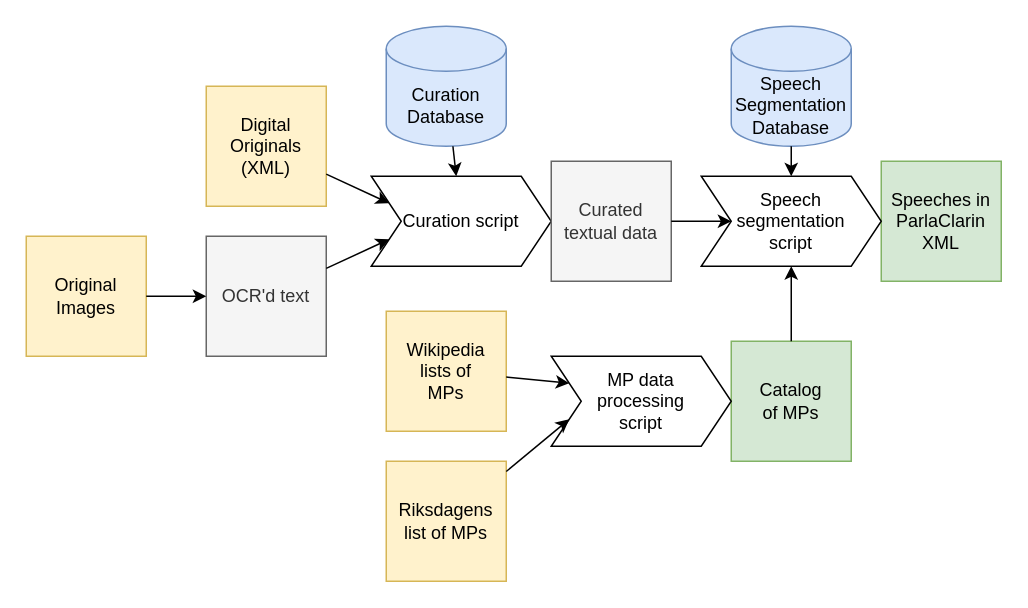
The draw.io diagram data-process.drawio in welfare-state-analytics/riksdagen-corpus-old, before the edit. Source tidied: cells renumbered, new cells numbered last; positions are measured from the earlier drawing's top-left corner, leaving out a move shared by most shapes. Both pictures are drawn from the tidied source at 150%, with x=0, y=0 at pixel (26, 26).
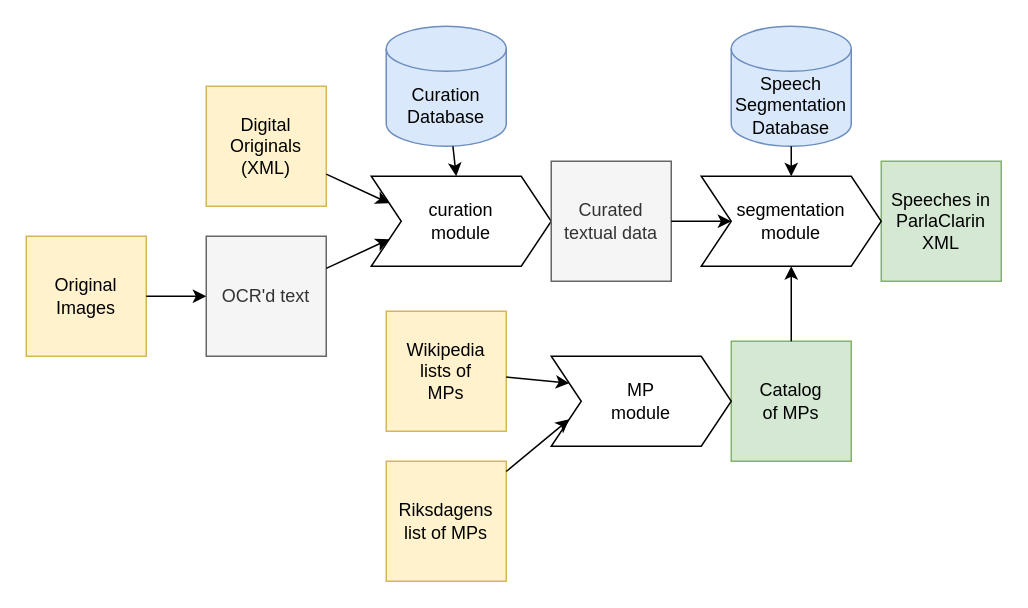
Above is the later version.

The edit, as a diff of the source:
```diff
@@
-    <mxCell id="9" value="Curation script" style="shape=step;perimeter=stepPerimeter;whiteSpace=wrap;html=1;fixedSize=1;" parent="1" vertex="1">
+    <mxCell id="9" value="&lt;div&gt;curation&lt;/div&gt;&lt;div&gt;module&lt;/div&gt;" style="shape=step;perimeter=stepPerimeter;whiteSpace=wrap;html=1;fixedSize=1;" parent="1" vertex="1">
       <mxGeometry x="230" y="100" width="120" height="60" as="geometry" />
     </mxCell>
@@
-    <mxCell id="15" value="&lt;div&gt;Speech&lt;/div&gt;&lt;div&gt;segmentation&lt;/div&gt;&lt;div&gt;script&lt;/div&gt;" style="shape=step;perimeter=stepPerimeter;whiteSpace=wrap;html=1;fixedSize=1;" parent="1" vertex="1">
+    <mxCell id="15" value="&lt;div&gt;segmentation&lt;/div&gt;&lt;div&gt;module&lt;/div&gt;" style="shape=step;perimeter=stepPerimeter;whiteSpace=wrap;html=1;fixedSize=1;" parent="1" vertex="1">
       <mxGeometry x="450" y="100" width="120" height="60" as="geometry" />
     </mxCell>
@@
-    <mxCell id="19" value="&lt;div&gt;MP data&lt;/div&gt;&lt;div&gt;processing&lt;/div&gt;&lt;div&gt;script&lt;br&gt;&lt;/div&gt;" style="shape=step;perimeter=stepPerimeter;whiteSpace=wrap;html=1;fixedSize=1;" parent="1" vertex="1">
+    <mxCell id="19" value="&lt;div&gt;MP&lt;/div&gt;&lt;div&gt;module&lt;br&gt;&lt;/div&gt;" style="shape=step;perimeter=stepPerimeter;whiteSpace=wrap;html=1;fixedSize=1;" parent="1" vertex="1">
       <mxGeometry x="350" y="220" width="120" height="60" as="geometry" />
     </mxCell>
```
